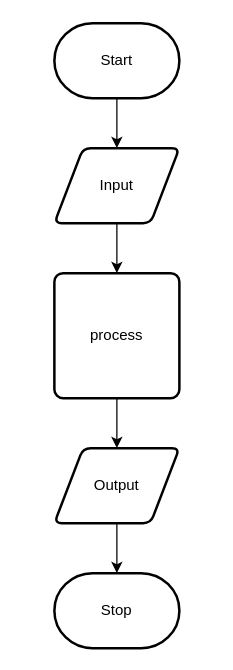
Above: design/flow-chart.drawio in Liya-Getachew/ICS2O-Unit3-04-JS (draw.io), before the change. Source tidied: cells renumbered, new cells numbered last; positions are measured from the earlier drawing's top-left corner, leaving out a move shared by most shapes. Both pictures are drawn from the tidied source at 125%, with x=0, y=0 at pixel (54, 22).
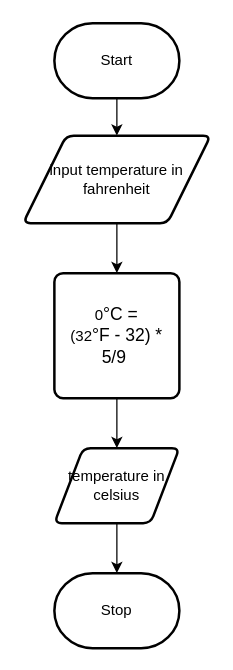
The same page after the edit.

Commit message (it also covers changes not shown here):
board and chart

Change to the diagram source:
```diff
@@
 <mxGraphModel>
   <root>
     <mxCell id="0" />
     <mxCell id="1" parent="0" />
     <mxCell id="2" style="edgeStyle=none;html=1;" parent="1" edge="1" source="3" target="5">
       <mxGeometry relative="1" as="geometry" />
     </mxCell>
     <mxCell id="3" value="Start" style="strokeWidth=2;html=1;shape=mxgraph.flowchart.terminator;whiteSpace=wrap;" parent="1" vertex="1">
       <mxGeometry width="100" height="60" as="geometry" />
     </mxCell>
     <mxCell id="4" style="edgeStyle=none;html=1;" parent="1" edge="1" source="5" target="7">
       <mxGeometry relative="1" as="geometry" />
     </mxCell>
-    <mxCell id="5" value="Input" style="shape=parallelogram;html=1;strokeWidth=2;perimeter=parallelogramPerimeter;whiteSpace=wrap;rounded=1;arcSize=12;size=0.23;" parent="1" vertex="1">
-      <mxGeometry y="100" width="100" height="60" as="geometry" />
+    <mxCell id="5" value="input temperature in fahrenheit" style="shape=parallelogram;html=1;strokeWidth=2;perimeter=parallelogramPerimeter;whiteSpace=wrap;rounded=1;arcSize=12;size=0.23;" parent="1" vertex="1">
+      <mxGeometry x="-25" y="90" width="150" height="70" as="geometry" />
     </mxCell>
     <mxCell id="6" style="edgeStyle=none;html=1;" parent="1" edge="1" source="7" target="9">
       <mxGeometry relative="1" as="geometry" />
     </mxCell>
-    <mxCell id="7" value="process" style="rounded=1;whiteSpace=wrap;html=1;absoluteArcSize=1;arcSize=14;strokeWidth=2;" parent="1" vertex="1">
+    <mxCell id="7" value="0&lt;span style=&quot;font-family: &amp;#34;arial&amp;#34; , sans-serif ; font-size: 14px ; text-align: left&quot;&gt;°C =&lt;/span&gt;&lt;br&gt;(32&lt;span style=&quot;font-family: &amp;#34;arial&amp;#34; , sans-serif ; font-size: 14px ; text-align: left&quot;&gt;°F - 32) * 5/9&lt;/span&gt;&lt;span style=&quot;color: rgb(0 , 0 , 0) ; font-family: &amp;#34;arial&amp;#34; , sans-serif ; font-size: 14px ; text-align: left&quot;&gt;&amp;nbsp;&lt;/span&gt;" style="rounded=1;whiteSpace=wrap;html=1;absoluteArcSize=1;arcSize=14;strokeWidth=2;" parent="1" vertex="1">
       <mxGeometry y="200" width="100" height="100" as="geometry" />
     </mxCell>
     <mxCell id="8" style="edgeStyle=none;html=1;" parent="1" edge="1" source="9" target="10">
       <mxGeometry relative="1" as="geometry" />
     </mxCell>
-    <mxCell id="9" value="Output" style="shape=parallelogram;html=1;strokeWidth=2;perimeter=parallelogramPerimeter;whiteSpace=wrap;rounded=1;arcSize=12;size=0.23;" parent="1" vertex="1">
+    <mxCell id="9" value="temperature in celsius" style="shape=parallelogram;html=1;strokeWidth=2;perimeter=parallelogramPerimeter;whiteSpace=wrap;rounded=1;arcSize=12;size=0.23;" parent="1" vertex="1">
       <mxGeometry y="340" width="100" height="60" as="geometry" />
     </mxCell>
     <mxCell id="10" value="Stop" style="strokeWidth=2;html=1;shape=mxgraph.flowchart.terminator;whiteSpace=wrap;" parent="1" vertex="1">
       <mxGeometry y="440" width="100" height="60" as="geometry" />
     </mxCell>
   </root>
 </mxGraphModel>
```
